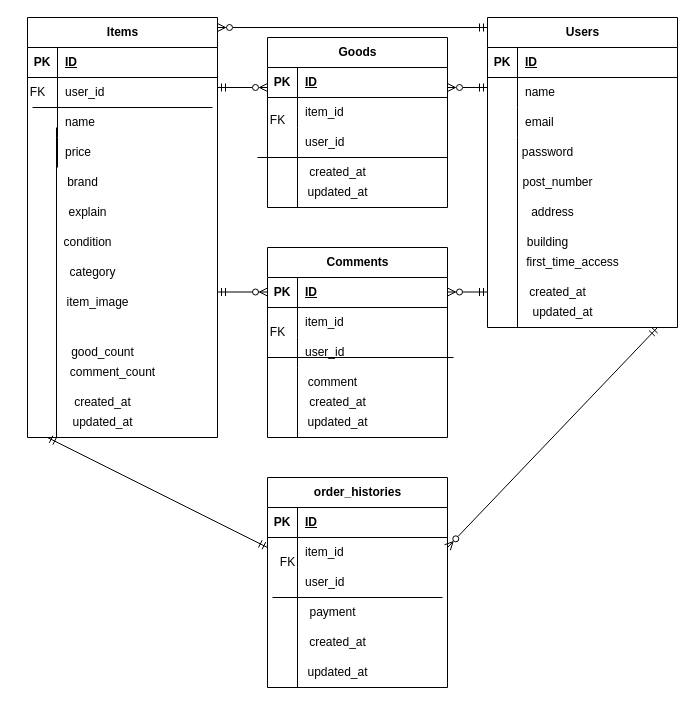
The draw.io diagram src/1.drawio in takayuki2025/simulation1, before the edit. Source tidied: cells renumbered, new cells numbered last; positions are measured from the earlier drawing's top-left corner, leaving out a move shared by most shapes. Both pictures are drawn from the tidied source at 100%, with x=0, y=0 at pixel (17, 17).
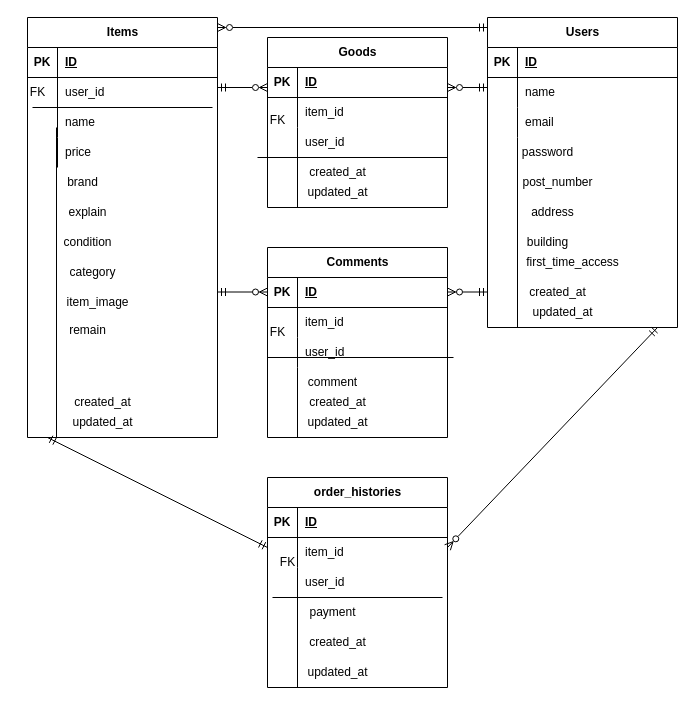
The same diagram, later.

Diff of the diagram source:
```diff
@@
-    <mxCell id="22" value="good_count" style="text;html=1;align=center;verticalAlign=middle;strokeColor=none;fillColor=none;" parent="1" vertex="1">
-      <mxGeometry x="40" y="320" width="90" height="30" as="geometry" />
-    </mxCell>
-    <mxCell id="23" value="comment_count" style="text;html=1;align=center;verticalAlign=middle;strokeColor=none;fillColor=none;" parent="1" vertex="1">
-      <mxGeometry x="40" y="340" width="110" height="30" as="geometry" />
-    </mxCell>
@@
+    <mxCell id="110" value="remain&lt;div&gt;&lt;br&gt;&lt;/div&gt;" style="text;html=1;align=center;verticalAlign=middle;strokeColor=none;fillColor=none;" parent="1" vertex="1">
+      <mxGeometry x="40" y="300" width="60" height="40" as="geometry" />
+    </mxCell>
```
